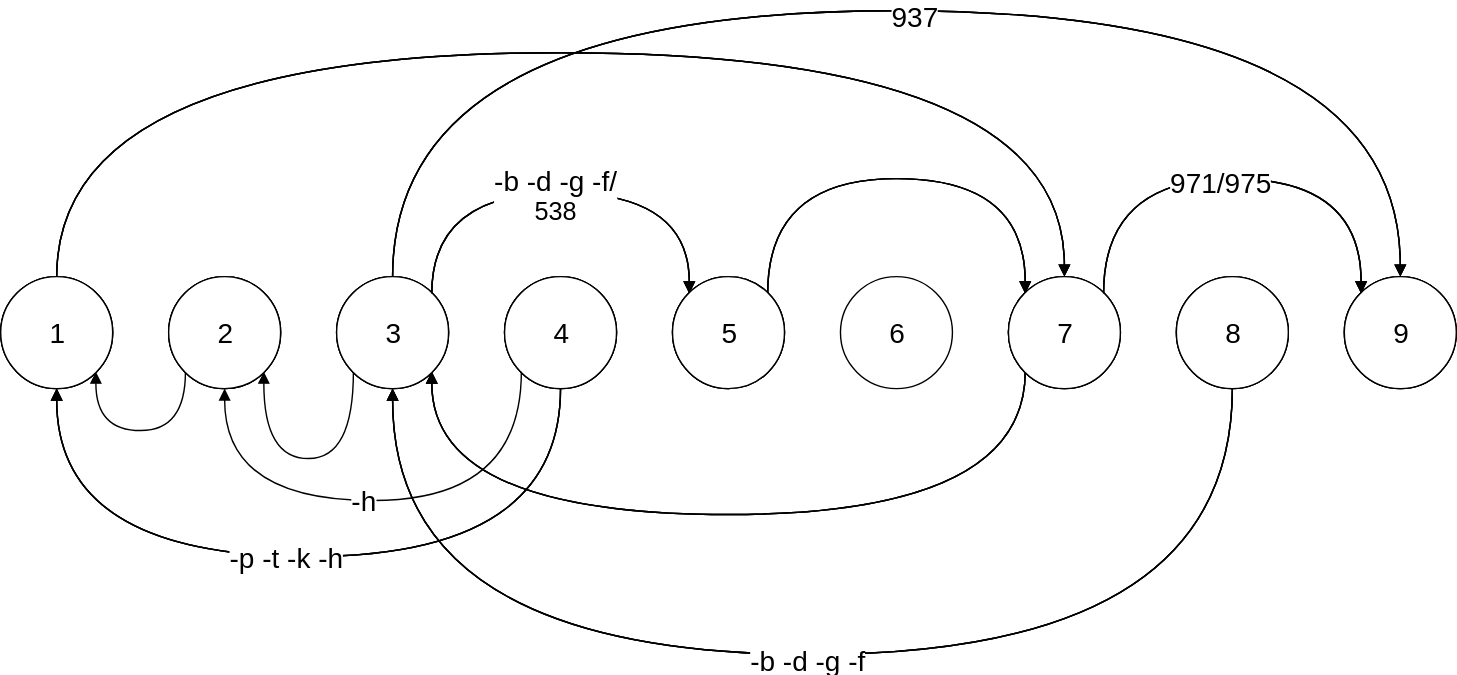
This is tone-sandhi.svg from taipalogy/susiahethong, a draw.io export, as it was before one commit. Source tidied: cells renumbered, new cells last; positions are measured from the earlier drawing's top-left corner, leaving out a move shared by most shapes.
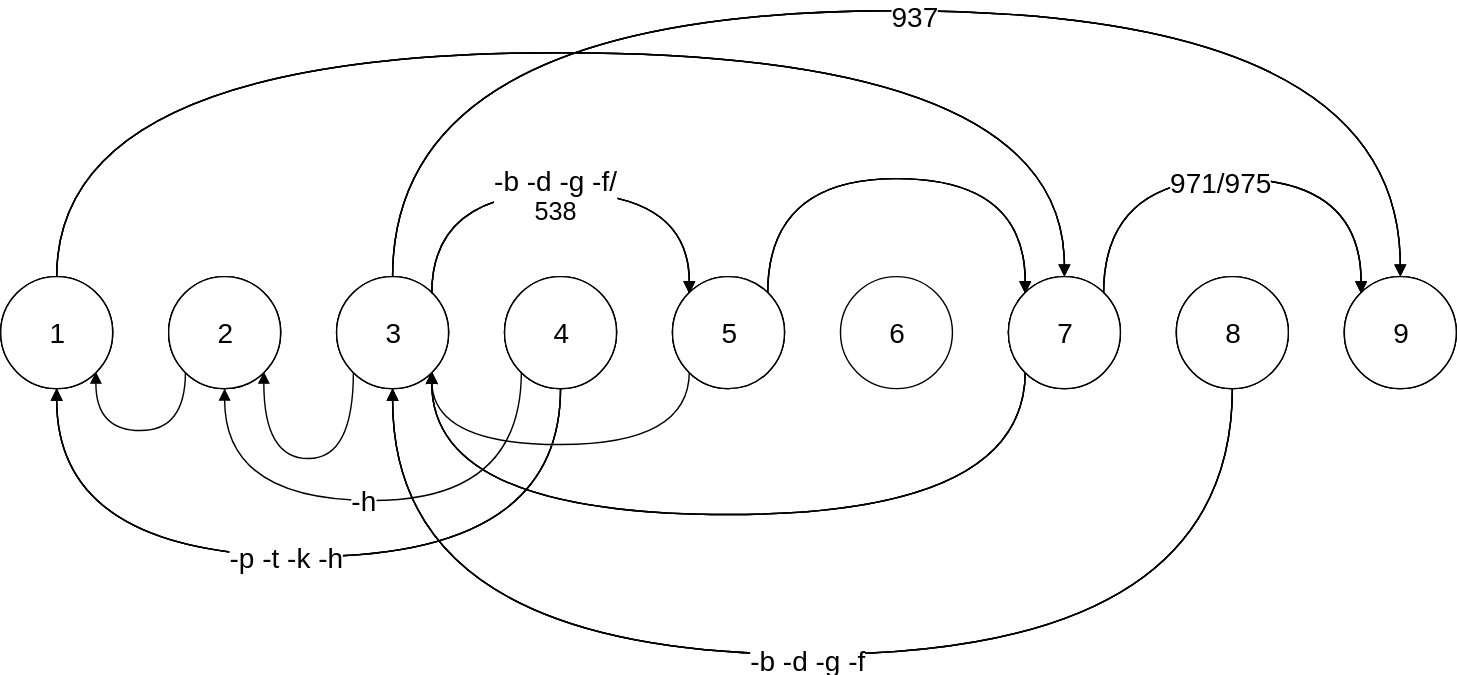
After the change.

Change to the diagram source:
```diff
@@ -236,6 +236,14 @@
     <mxCell id="44" value="&lt;font style=&quot;font-size: 20px&quot;&gt;7&lt;/font&gt;" style="ellipse;whiteSpace=wrap;html=1;" parent="1" vertex="1">
       <mxGeometry x="720" y="190" width="80" height="80" as="geometry" />
     </mxCell>
+    <mxCell id="59" style="edgeStyle=orthogonalEdgeStyle;html=1;exitX=0;exitY=1;entryX=1;entryY=1;jettySize=auto;fontSize=11;curved=1;" parent="1" edge="1" source="45" target="42">
+      <mxGeometry relative="1" as="geometry">
+        <Array as="points">
+          <mxPoint x="492" y="310" />
+          <mxPoint x="308" y="310" />
+        </Array>
+      </mxGeometry>
+    </mxCell>
     <mxCell id="45" value="&lt;font style=&quot;font-size: 20px&quot;&gt;5&lt;/font&gt;" style="ellipse;whiteSpace=wrap;html=1;" parent="1" vertex="1">
       <mxGeometry x="480" y="190" width="80" height="80" as="geometry" />
     </mxCell>
```
